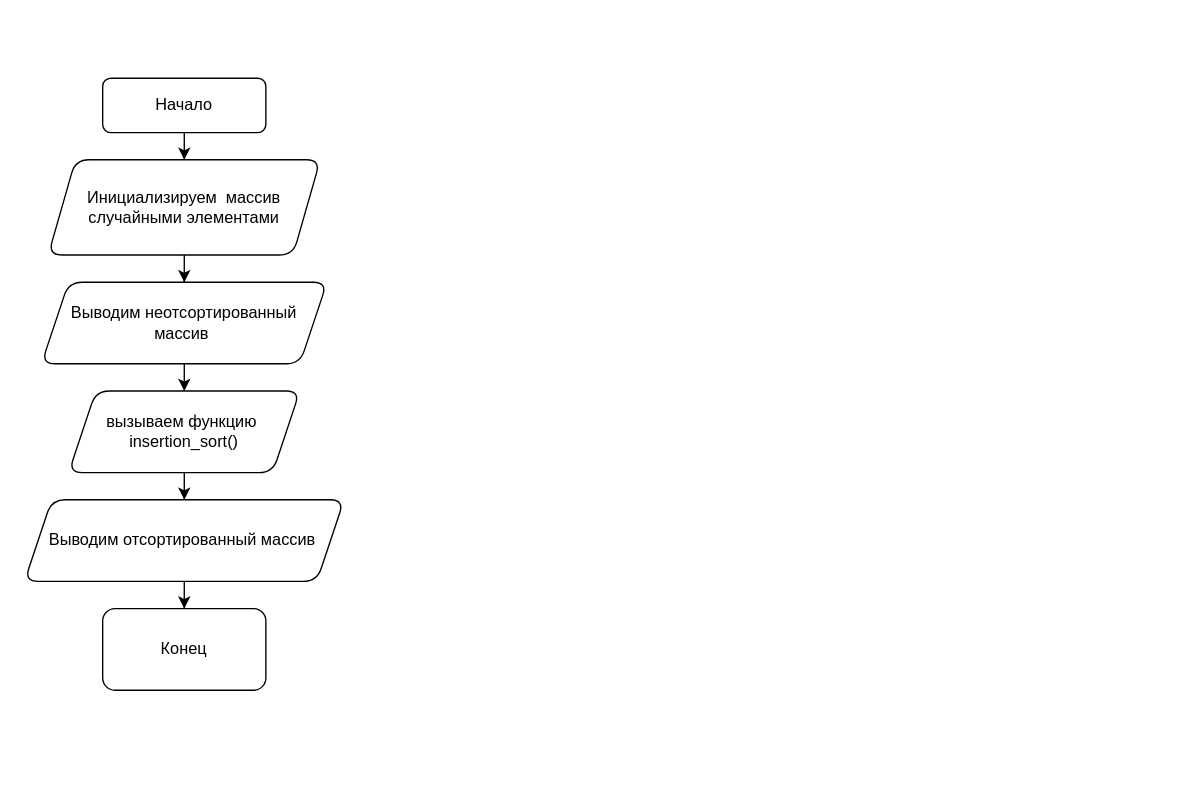
Above: lab_2/selection_sort.drawio in async-master/nsm-avtf (draw.io), before the change. Source tidied: cells renumbered, new cells numbered last; positions are measured from the earlier drawing's top-left corner, leaving out a move shared by most shapes. Both pictures are drawn from the tidied source at 136%, with x=0, y=0 at pixel (23, 78).
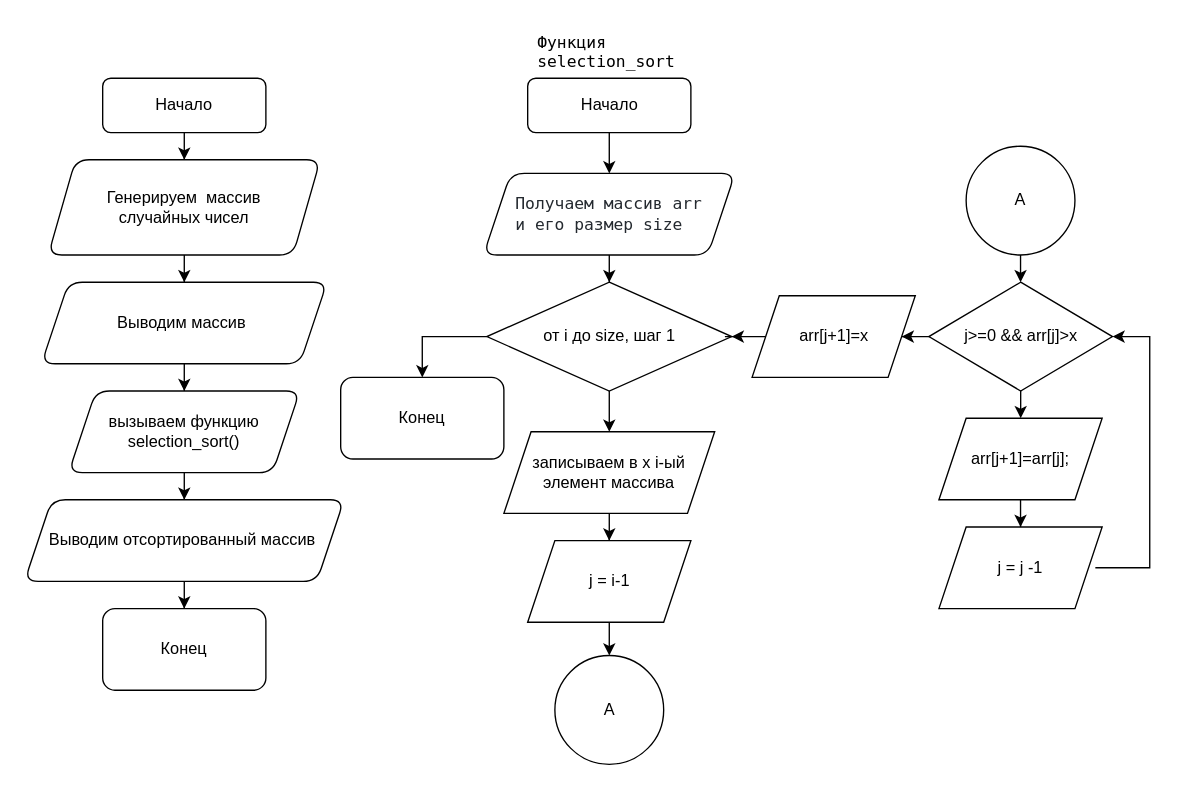
After the change.

Change to the diagram source:
```diff
@@
-    <mxCell id="5" value="Инициализируем&amp;nbsp; массив &lt;br&gt;случайными элементами" style="shape=parallelogram;perimeter=parallelogramPerimeter;whiteSpace=wrap;html=1;fixedSize=1;rounded=1;glass=0;strokeWidth=1;shadow=0;" parent="1" vertex="1">
+    <mxCell id="5" value="Генерируем&amp;nbsp; массив &lt;br&gt;случайных чисел" style="shape=parallelogram;perimeter=parallelogramPerimeter;whiteSpace=wrap;html=1;fixedSize=1;rounded=1;glass=0;strokeWidth=1;shadow=0;" parent="1" vertex="1">
       <mxGeometry x="18" y="60" width="200" height="70" as="geometry" />
     </mxCell>
@@
-    <mxCell id="7" value="Выводим неотсортированный массив&amp;nbsp;" style="shape=parallelogram;perimeter=parallelogramPerimeter;whiteSpace=wrap;html=1;fixedSize=1;rounded=1;glass=0;strokeWidth=1;shadow=0;" parent="1" vertex="1">
+    <mxCell id="7" value="Выводим массив&amp;nbsp;" style="shape=parallelogram;perimeter=parallelogramPerimeter;whiteSpace=wrap;html=1;fixedSize=1;rounded=1;glass=0;strokeWidth=1;shadow=0;" parent="1" vertex="1">
       <mxGeometry x="13" y="150" width="210" height="60" as="geometry" />
     </mxCell>
@@
-    <mxCell id="9" value="вызываем функцию&amp;nbsp;&lt;br&gt;insertion_sort()" style="shape=parallelogram;perimeter=parallelogramPerimeter;whiteSpace=wrap;html=1;fixedSize=1;rounded=1;glass=0;strokeWidth=1;shadow=0;" parent="1" vertex="1">
+    <mxCell id="9" value="вызываем функцию selection_sort()" style="shape=parallelogram;perimeter=parallelogramPerimeter;whiteSpace=wrap;html=1;fixedSize=1;rounded=1;glass=0;strokeWidth=1;shadow=0;" parent="1" vertex="1">
       <mxGeometry x="33" y="230" width="170" height="60" as="geometry" />
     </mxCell>
@@
+    <mxCell id="13" value="&lt;span style=&quot;font-family: ui-monospace, SFMono-Regular, &amp;quot;SF Mono&amp;quot;, Menlo, Consolas, &amp;quot;Liberation Mono&amp;quot;, monospace; font-size: 12px; font-style: normal; font-variant-ligatures: normal; font-variant-caps: normal; font-weight: 400; letter-spacing: normal; orphans: 2; text-align: start; text-indent: 0px; text-transform: none; widows: 2; word-spacing: 0px; -webkit-text-stroke-width: 0px; background-color: rgb(255, 255, 255); text-decoration-thickness: initial; text-decoration-style: initial; text-decoration-color: initial; float: none; display: inline !important;&quot;&gt;Функция selection_sort&lt;/span&gt;" style="text;whiteSpace=wrap;html=1;" parent="1" vertex="1">
+      <mxGeometry x="375.5" y="-40" width="160" height="40" as="geometry" />
+    </mxCell>
+    <mxCell id="14" style="edgeStyle=orthogonalEdgeStyle;rounded=0;jettySize=auto;html=1;" parent="1" edge="1" source="15" target="17">
+      <mxGeometry relative="1" as="geometry" />
+    </mxCell>
+    <mxCell id="15" value="Начало" style="rounded=1;whiteSpace=wrap;html=1;fontSize=12;glass=0;strokeWidth=1;shadow=0;" parent="1" vertex="1">
+      <mxGeometry x="370.5" width="120" height="40" as="geometry" />
+    </mxCell>
+    <mxCell id="16" style="edgeStyle=orthogonalEdgeStyle;rounded=0;jettySize=auto;html=1;" parent="1" edge="1" source="17" target="19">
+      <mxGeometry relative="1" as="geometry" />
+    </mxCell>
+    <mxCell id="17" value="&lt;div style=&quot;text-align: start;&quot;&gt;&lt;font face=&quot;ui-monospace, SFMono-Regular, SF Mono, Menlo, Consolas, Liberation Mono, monospace&quot; color=&quot;#24292f&quot;&gt;&lt;span style=&quot;background-color: rgb(255, 255, 255);&quot;&gt;Получаем массив arr &lt;br&gt;&lt;/span&gt;&lt;/font&gt;&lt;/div&gt;&lt;div style=&quot;text-align: start;&quot;&gt;&lt;font face=&quot;ui-monospace, SFMono-Regular, SF Mono, Menlo, Consolas, Liberation Mono, monospace&quot; color=&quot;#24292f&quot;&gt;&lt;span style=&quot;background-color: rgb(255, 255, 255);&quot;&gt;и его размер size&lt;/span&gt;&lt;/font&gt;&lt;/div&gt;" style="shape=parallelogram;perimeter=parallelogramPerimeter;whiteSpace=wrap;html=1;fixedSize=1;rounded=1;" parent="1" vertex="1">
+      <mxGeometry x="338" y="70" width="185" height="60" as="geometry" />
+    </mxCell>
+    <mxCell id="18" style="edgeStyle=orthogonalEdgeStyle;rounded=0;jettySize=auto;html=1;" parent="1" edge="1" source="19" target="21">
+      <mxGeometry relative="1" as="geometry" />
+    </mxCell>
+    <mxCell id="19" value="от i до size, шаг 1" style="rhombus;whiteSpace=wrap;html=1;" parent="1" vertex="1">
+      <mxGeometry x="340.5" y="150" width="180" height="80" as="geometry" />
+    </mxCell>
+    <mxCell id="20" style="edgeStyle=orthogonalEdgeStyle;rounded=0;jettySize=auto;html=1;" parent="1" edge="1" source="21" target="23">
+      <mxGeometry relative="1" as="geometry" />
+    </mxCell>
+    <mxCell id="21" value="записываем в х i-ый элемент массива" style="shape=parallelogram;perimeter=parallelogramPerimeter;whiteSpace=wrap;html=1;fixedSize=1;" parent="1" vertex="1">
+      <mxGeometry x="353" y="260" width="155" height="60" as="geometry" />
+    </mxCell>
+    <mxCell id="22" style="edgeStyle=orthogonalEdgeStyle;rounded=0;jettySize=auto;html=1;" parent="1" edge="1" source="23" target="30">
+      <mxGeometry relative="1" as="geometry" />
+    </mxCell>
+    <mxCell id="23" value="j = i-1" style="shape=parallelogram;perimeter=parallelogramPerimeter;whiteSpace=wrap;html=1;fixedSize=1;" parent="1" vertex="1">
+      <mxGeometry x="370.5" y="340" width="120" height="60" as="geometry" />
+    </mxCell>
+    <mxCell id="24" style="edgeStyle=orthogonalEdgeStyle;rounded=0;jettySize=auto;html=1;" parent="1" edge="1" source="26" target="28">
+      <mxGeometry relative="1" as="geometry" />
+    </mxCell>
+    <mxCell id="25" style="edgeStyle=orthogonalEdgeStyle;rounded=0;jettySize=auto;html=1;entryX=1;entryY=0.5;entryDx=0;entryDy=0;" parent="1" edge="1" source="26" target="34">
+      <mxGeometry relative="1" as="geometry" />
+    </mxCell>
+    <mxCell id="26" value="j&amp;gt;=&lt;span class=&quot;pl-c1&quot;&gt;0&lt;/span&gt; &amp;amp;&amp;amp; arr[j]&amp;gt;x" style="rhombus;whiteSpace=wrap;html=1;" parent="1" vertex="1">
+      <mxGeometry x="665.5" y="150" width="135" height="80" as="geometry" />
+    </mxCell>
+    <mxCell id="27" style="edgeStyle=orthogonalEdgeStyle;rounded=0;jettySize=auto;html=1;" parent="1" edge="1" source="28" target="29">
+      <mxGeometry relative="1" as="geometry" />
+    </mxCell>
+    <mxCell id="28" value="arr[j+&lt;span class=&quot;pl-c1&quot;&gt;1&lt;/span&gt;]=arr[j];" style="shape=parallelogram;perimeter=parallelogramPerimeter;whiteSpace=wrap;html=1;fixedSize=1;" parent="1" vertex="1">
+      <mxGeometry x="672.9" y="250" width="120" height="60" as="geometry" />
+    </mxCell>
+    <mxCell id="29" value="j = j -1" style="shape=parallelogram;perimeter=parallelogramPerimeter;whiteSpace=wrap;html=1;fixedSize=1;" parent="1" vertex="1">
+      <mxGeometry x="672.9" y="330" width="120" height="60" as="geometry" />
+    </mxCell>
+    <mxCell id="30" value="A" style="ellipse;whiteSpace=wrap;html=1;" parent="1" vertex="1">
+      <mxGeometry x="390.5" y="424.5" width="80" height="80" as="geometry" />
+    </mxCell>
+    <mxCell id="31" style="edgeStyle=orthogonalEdgeStyle;rounded=0;jettySize=auto;html=1;" parent="1" edge="1" source="32" target="26">
+      <mxGeometry relative="1" as="geometry" />
+    </mxCell>
+    <mxCell id="32" value="A" style="ellipse;whiteSpace=wrap;html=1;" parent="1" vertex="1">
+      <mxGeometry x="692.9" y="50" width="80" height="80" as="geometry" />
+    </mxCell>
+    <mxCell id="33" style="edgeStyle=orthogonalEdgeStyle;rounded=0;jettySize=auto;html=1;" parent="1" edge="1" source="34" target="19">
+      <mxGeometry relative="1" as="geometry" />
+    </mxCell>
+    <mxCell id="34" value="arr[j+1]=x" style="shape=parallelogram;perimeter=parallelogramPerimeter;whiteSpace=wrap;html=1;fixedSize=1;" parent="1" vertex="1">
+      <mxGeometry x="535.5" y="160" width="120" height="60" as="geometry" />
+    </mxCell>
+    <mxCell id="35" style="endArrow=classic;html=1;rounded=0;entryX=1;entryY=0.5;entryDx=0;entryDy=0;" parent="1" edge="1" target="26">
+      <mxGeometry relative="1" as="geometry">
+        <mxPoint x="787.9" y="360" as="sourcePoint" />
+        <Array as="points">
+          <mxPoint x="827.9" y="360" />
+          <mxPoint x="827.9" y="190" />
+        </Array>
+      </mxGeometry>
+    </mxCell>
+    <mxCell id="36" value="Конец&lt;br&gt;" style="rounded=1;whiteSpace=wrap;html=1;glass=0;strokeWidth=1;shadow=0;" parent="1" vertex="1">
+      <mxGeometry x="233" y="220" width="120" height="60" as="geometry" />
+    </mxCell>
+    <mxCell id="37" style="endArrow=classic;html=1;rounded=0;entryX=0.5;entryY=0;entryDx=0;entryDy=0;exitX=0;exitY=0.5;exitDx=0;exitDy=0;" parent="1" edge="1" source="19" target="36">
+      <mxGeometry relative="1" as="geometry">
+        <Array as="points">
+          <mxPoint x="293" y="190" />
+        </Array>
+      </mxGeometry>
+    </mxCell>
```
